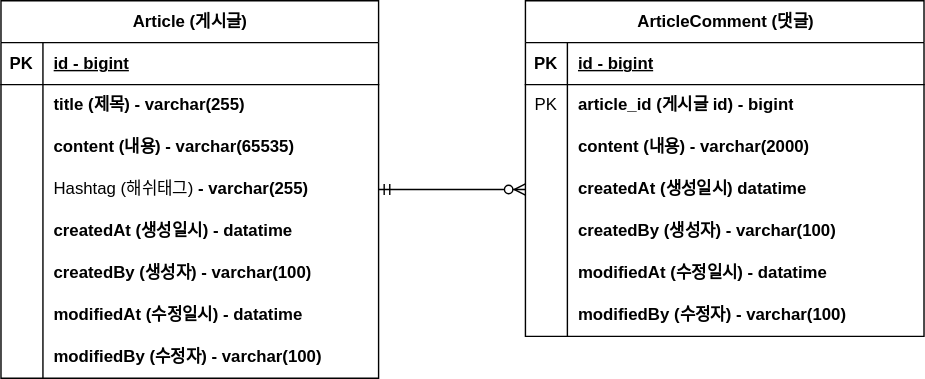
This is document/project-board-erd.svg from sungin95/fastcampus-project-board, a draw.io export, as it was before one commit. Source tidied: cells renumbered, new cells last; positions are measured from the earlier drawing's top-left corner, leaving out a move shared by most shapes.
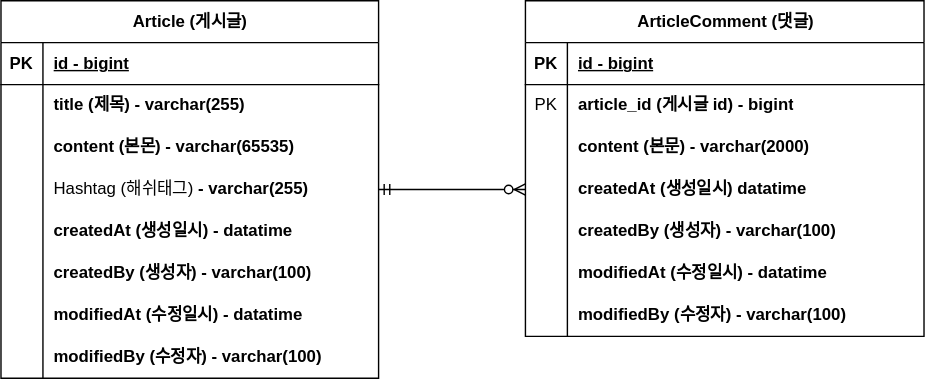
Later version of the same file.

Commit message:
#3 - ERD 주석 업데이트: project-board-erd.svg

Change to the diagram source:
```diff
@@ -29,7 +29,7 @@
     <mxCell id="10" style="shape=partialRectangle;fillColor=none;top=0;left=0;bottom=0;right=0;overflow=hidden;whiteSpace=wrap;html=1;" parent="9" vertex="1">
       <mxGeometry width="30" height="30" as="geometry" />
     </mxCell>
-    <mxCell id="11" value="&lt;b&gt;content (내용) - varchar(65535)&lt;/b&gt;" style="shape=partialRectangle;fillColor=none;top=0;left=0;bottom=0;right=0;align=left;spacingLeft=6;overflow=hidden;whiteSpace=wrap;html=1;" parent="9" vertex="1">
+    <mxCell id="11" value="&lt;b&gt;content (본몬) - varchar(65535)&lt;/b&gt;" style="shape=partialRectangle;fillColor=none;top=0;left=0;bottom=0;right=0;align=left;spacingLeft=6;overflow=hidden;whiteSpace=wrap;html=1;" parent="9" vertex="1">
       <mxGeometry x="30" width="240" height="30" as="geometry" />
     </mxCell>
     <mxCell id="12" style="shape=tableRow;horizontal=0;startSize=0;swimlaneHead=0;swimlaneBody=0;fillColor=none;points=[[0,0.5],[1,0.5]];portConstraint=eastwest;top=0;left=0;right=0;bottom=0;" parent="2" vertex="1">
@@ -104,7 +104,7 @@
     <mxCell id="35" style="shape=partialRectangle;fillColor=none;top=0;left=0;bottom=0;right=0;overflow=hidden;whiteSpace=wrap;html=1;" parent="34" vertex="1">
       <mxGeometry width="30" height="30" as="geometry" />
     </mxCell>
-    <mxCell id="36" value="&lt;b&gt;content (내용)&amp;nbsp;&lt;/b&gt;&lt;b style=&quot;border-color: var(--border-color);&quot;&gt;- varchar(2000)&lt;/b&gt;" style="shape=partialRectangle;fillColor=none;top=0;left=0;bottom=0;right=0;align=left;spacingLeft=6;overflow=hidden;whiteSpace=wrap;html=1;" parent="34" vertex="1">
+    <mxCell id="36" value="&lt;b&gt;content (본문)&amp;nbsp;&lt;/b&gt;&lt;b style=&quot;border-color: var(--border-color);&quot;&gt;- varchar(2000)&lt;/b&gt;" style="shape=partialRectangle;fillColor=none;top=0;left=0;bottom=0;right=0;align=left;spacingLeft=6;overflow=hidden;whiteSpace=wrap;html=1;" parent="34" vertex="1">
       <mxGeometry x="30" width="255" height="30" as="geometry" />
     </mxCell>
     <mxCell id="37" style="shape=tableRow;horizontal=0;startSize=0;swimlaneHead=0;swimlaneBody=0;fillColor=none;points=[[0,0.5],[1,0.5]];portConstraint=eastwest;top=0;left=0;right=0;bottom=0;" parent="27" vertex="1">
```
